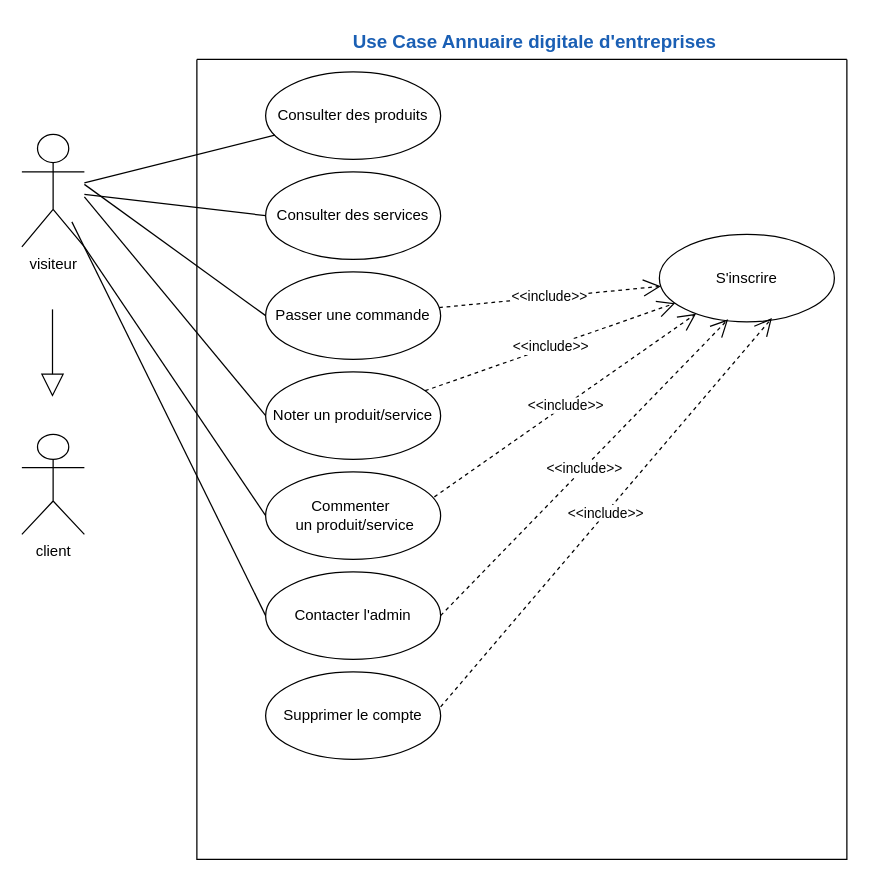
Earlier version of the draw.io diagram 1. UseCase_internaute.drawio (amine-elarass49/angular_doc). Source tidied: cells renumbered, new cells numbered last; positions are measured from the earlier drawing's top-left corner, leaving out a move shared by most shapes. Both pictures are drawn from the tidied source at 125%, with x=0, y=0 at pixel (21, 21).
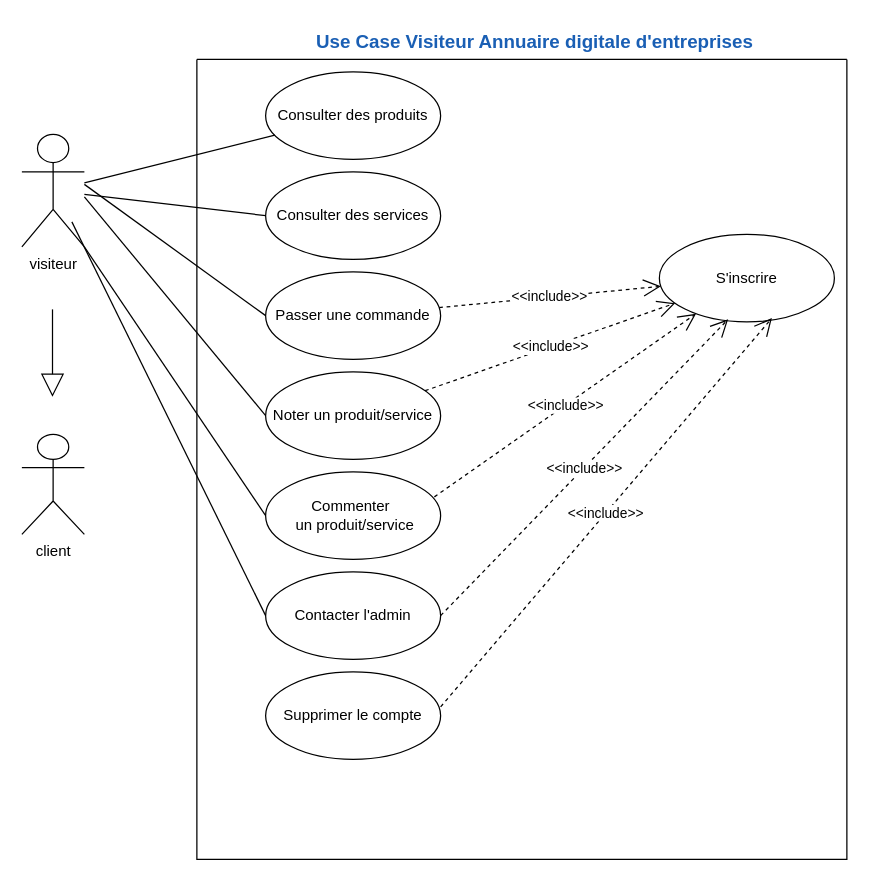
After the change.

Commit message:
Mettre à jour 1. UseCase_internaute.drawio

Change to the diagram source:
```diff
@@
-    <mxCell id="25" value="&lt;b&gt;&lt;font style=&quot;font-size: 15px;&quot; color=&quot;#1a5fb4&quot;&gt;Use Case Annuaire digitale d'entreprises&lt;/font&gt;&lt;/b&gt;" style="text;html=1;align=center;verticalAlign=middle;strokeColor=none;fillColor=none;" parent="1" vertex="1">
-      <mxGeometry x="255" width="310" height="30" as="geometry" />
+    <mxCell id="25" value="&lt;b&gt;&lt;font style=&quot;font-size: 15px;&quot; color=&quot;#1a5fb4&quot;&gt;Use Case Visiteur Annuaire digitale d'entreprises&lt;/font&gt;&lt;/b&gt;" style="text;html=1;align=center;verticalAlign=middle;strokeColor=none;fillColor=none;" parent="1" vertex="1">
+      <mxGeometry x="225" width="370" height="30" as="geometry" />
     </mxCell>
```
